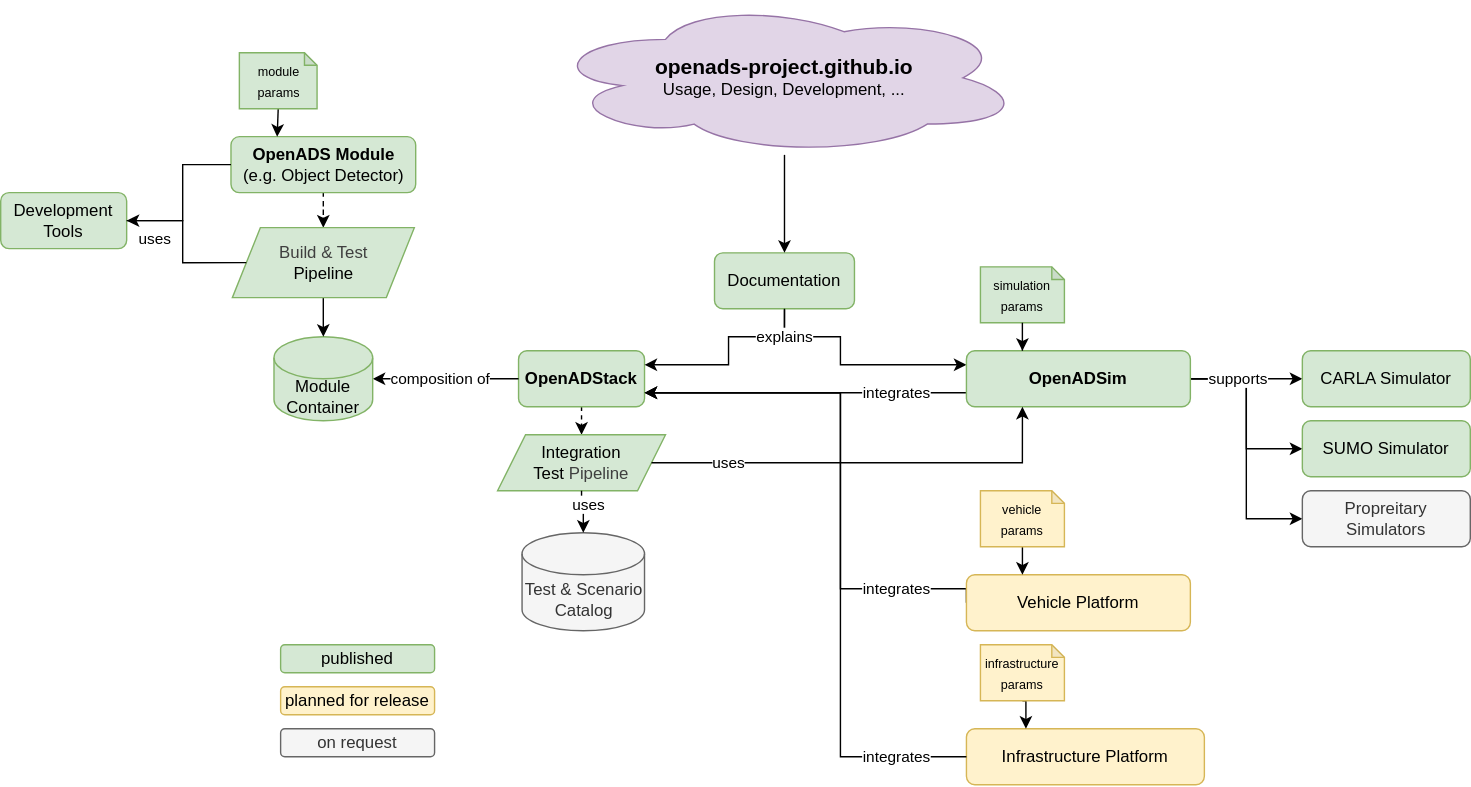
The draw.io diagram docs/design/architecture.drawio.svg in openads-project/openads-project.github.io, before a commit. Source tidied: cells renumbered, new cells last; positions are measured from the earlier drawing's top-left corner, leaving out a move shared by most shapes.
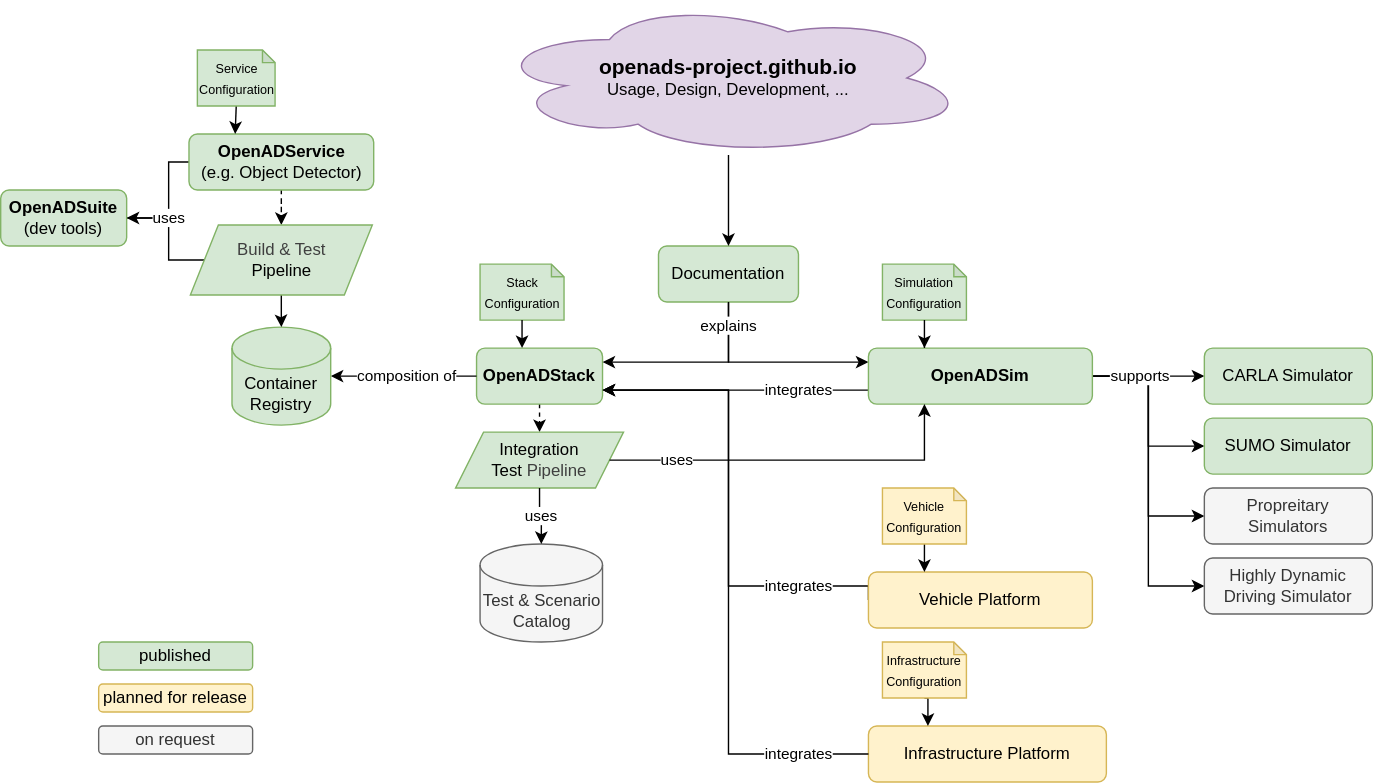
Above is the later version.

Diff of the diagram source:
```diff
@@ -2,6 +2,25 @@
   <root>
     <mxCell id="0" />
     <mxCell id="1" parent="0" />
+    <mxCell id="44" style="edgeStyle=orthogonalEdgeStyle;rounded=0;jettySize=auto;html=1;entryX=0;entryY=0.5;entryDx=0;entryDy=0;exitX=1;exitY=0.5;exitDx=0;exitDy=0;endArrow=none;endFill=0;" parent="1" edge="1" source="42" target="24">
+      <mxGeometry x="0.08" relative="1" as="geometry">
+        <Array as="points">
+          <mxPoint x="190" y="157" />
+          <mxPoint x="190" y="117" />
+        </Array>
+      </mxGeometry>
+    </mxCell>
+    <mxCell id="43" value="uses" style="edgeStyle=orthogonalEdgeStyle;rounded=0;jettySize=auto;html=1;entryX=0;entryY=0.5;entryDx=0;entryDy=0;exitX=1;exitY=0.5;exitDx=0;exitDy=0;startArrow=classic;startFill=1;endArrow=none;endFill=0;" parent="1" edge="1" source="42" target="27">
+      <mxGeometry x="-0.3" relative="1" as="geometry">
+        <Array as="points">
+          <mxPoint x="190" y="157" />
+          <mxPoint x="190" y="187" />
+        </Array>
+      </mxGeometry>
+    </mxCell>
+    <mxCell id="45" style="edgeStyle=orthogonalEdgeStyle;rounded=0;jettySize=auto;html=1;exitX=1;exitY=0.5;exitDx=0;exitDy=0;entryX=0;entryY=0.5;entryDx=0;entryDy=0;" parent="1" edge="1" source="18" target="48">
+      <mxGeometry x="-0.14" relative="1" as="geometry" />
+    </mxCell>
     <mxCell id="2" style="edgeStyle=orthogonalEdgeStyle;rounded=0;jettySize=auto;html=1;exitX=1;exitY=0.5;exitDx=0;exitDy=0;entryX=0;entryY=0.5;entryDx=0;entryDy=0;" parent="1" edge="1" source="18" target="39">
       <mxGeometry x="-0.14" relative="1" as="geometry" />
     </mxCell>
@@ -12,58 +31,54 @@
       <mxGeometry relative="1" as="geometry" />
     </mxCell>
     <mxCell id="5" value="OpenADStack" style="rounded=1;whiteSpace=wrap;html=1;fillColor=#d5e8d4;strokeColor=#82b366;fontStyle=1;" parent="1" vertex="1">
-      <mxGeometry x="370" y="250" width="90" height="40" as="geometry" />
+      <mxGeometry x="410" y="250" width="90" height="40" as="geometry" />
     </mxCell>
     <mxCell id="6" style="edgeStyle=orthogonalEdgeStyle;rounded=0;jettySize=auto;html=1;entryX=1;entryY=0.25;entryDx=0;entryDy=0;exitX=0.5;exitY=1;exitDx=0;exitDy=0;" parent="1" edge="1" source="7" target="5">
       <mxGeometry relative="1" as="geometry">
         <Array as="points">
-          <mxPoint x="560" y="240" />
-          <mxPoint x="520" y="240" />
-          <mxPoint x="520" y="260" />
+          <mxPoint x="590" y="260" />
         </Array>
       </mxGeometry>
     </mxCell>
     <mxCell id="7" value="Documentation" style="rounded=1;whiteSpace=wrap;html=1;fillColor=#d5e8d4;strokeColor=#82b366;" parent="1" vertex="1">
-      <mxGeometry x="510" y="180" width="100" height="40" as="geometry" />
+      <mxGeometry x="540" y="177" width="100" height="40" as="geometry" />
     </mxCell>
     <mxCell id="8" value="&lt;div&gt;Integration&lt;/div&gt;&lt;div&gt;Test&amp;nbsp;&lt;span style=&quot;color: rgb(63, 63, 63); background-color: transparent;&quot;&gt;Pipeline&lt;/span&gt;&lt;/div&gt;" style="shape=parallelogram;perimeter=parallelogramPerimeter;whiteSpace=wrap;html=1;fixedSize=1;fillColor=#d5e8d4;strokeColor=#82b366;" parent="1" vertex="1">
-      <mxGeometry x="355" y="310" width="120" height="40" as="geometry" />
+      <mxGeometry x="395" y="310" width="120" height="40" as="geometry" />
     </mxCell>
     <mxCell id="9" style="edgeStyle=orthogonalEdgeStyle;rounded=0;jettySize=auto;html=1;entryX=0.5;entryY=0;entryDx=0;entryDy=0;" parent="1" edge="1" source="10" target="7">
       <mxGeometry relative="1" as="geometry" />
     </mxCell>
     <mxCell id="10" value="&lt;div&gt;&lt;span style=&quot;font-size: 15px;&quot;&gt;&lt;b&gt;openads-project.github.io&lt;/b&gt;&lt;/span&gt;&lt;/div&gt;Usage, Design, Development, ..." style="ellipse;shape=cloud;whiteSpace=wrap;html=1;fillColor=#e1d5e7;strokeColor=#9673a6;" parent="1" vertex="1">
-      <mxGeometry x="390" width="340" height="110" as="geometry" />
+      <mxGeometry x="420" y="2" width="340" height="110" as="geometry" />
     </mxCell>
     <mxCell id="11" value="published" style="rounded=1;whiteSpace=wrap;html=1;fillColor=#d5e8d4;strokeColor=#82b366;" parent="1" vertex="1">
-      <mxGeometry x="200" y="460" width="110" height="20" as="geometry" />
+      <mxGeometry x="140" y="460" width="110" height="20" as="geometry" />
     </mxCell>
     <mxCell id="12" value="planned for release" style="rounded=1;whiteSpace=wrap;html=1;fillColor=#fff2cc;strokeColor=#d6b656;" parent="1" vertex="1">
-      <mxGeometry x="200" y="490" width="110" height="20" as="geometry" />
+      <mxGeometry x="140" y="490" width="110" height="20" as="geometry" />
     </mxCell>
     <mxCell id="13" value="integrates" style="edgeStyle=orthogonalEdgeStyle;rounded=0;jettySize=auto;html=1;entryX=1;entryY=0.75;entryDx=0;entryDy=0;exitX=0;exitY=0.75;exitDx=0;exitDy=0;" parent="1" edge="1" source="18" target="5">
-      <mxGeometry x="-0.57" relative="1" as="geometry" />
+      <mxGeometry x="-0.47" relative="1" as="geometry" />
     </mxCell>
     <mxCell id="14" value="explains" style="edgeStyle=orthogonalEdgeStyle;rounded=0;jettySize=auto;html=1;entryX=0;entryY=0.25;entryDx=0;entryDy=0;exitX=0.5;exitY=1;exitDx=0;exitDy=0;" parent="1" edge="1" source="7" target="18">
       <mxGeometry x="-0.76" relative="1" as="geometry">
         <Array as="points">
-          <mxPoint x="560" y="240" />
-          <mxPoint x="600" y="240" />
-          <mxPoint x="600" y="260" />
+          <mxPoint x="590" y="260" />
         </Array>
       </mxGeometry>
     </mxCell>
     <mxCell id="15" value="integrates" style="edgeStyle=orthogonalEdgeStyle;rounded=0;jettySize=auto;html=1;entryX=1;entryY=0.75;entryDx=0;entryDy=0;exitX=0;exitY=0.5;exitDx=0;exitDy=0;" parent="1" edge="1" source="28" target="5">
-      <mxGeometry x="-0.68" relative="1" as="geometry">
+      <mxGeometry x="-0.65" relative="1" as="geometry">
         <Array as="points">
           <mxPoint x="690" y="420" />
-          <mxPoint x="600" y="420" />
-          <mxPoint x="600" y="280" />
+          <mxPoint x="590" y="420" />
+          <mxPoint x="590" y="280" />
         </Array>
       </mxGeometry>
     </mxCell>
     <mxCell id="16" value="&lt;div&gt;Test &amp;amp; Scenario Catalog&lt;/div&gt;" style="shape=cylinder3;whiteSpace=wrap;html=1;boundedLbl=1;backgroundOutline=1;size=15;fillColor=#f5f5f5;strokeColor=#666666;fontColor=#333333;" parent="1" vertex="1">
-      <mxGeometry x="372.5" y="380" width="87.5" height="70" as="geometry" />
+      <mxGeometry x="412.5" y="390" width="87.5" height="70" as="geometry" />
     </mxCell>
     <mxCell id="17" value="supports" style="edgeStyle=orthogonalEdgeStyle;rounded=0;jettySize=auto;html=1;exitX=1;exitY=0.5;exitDx=0;exitDy=0;entryX=0;entryY=0.5;entryDx=0;entryDy=0;" parent="1" edge="1" source="18" target="21">
       <mxGeometry x="-0.14" relative="1" as="geometry" />
@@ -71,7 +86,7 @@
     <mxCell id="18" value="OpenADSim" style="rounded=1;whiteSpace=wrap;html=1;fillColor=#d5e8d4;strokeColor=#82b366;fontStyle=1;" parent="1" vertex="1">
       <mxGeometry x="690" y="250" width="160" height="40" as="geometry" />
     </mxCell>
-    <mxCell id="19" value="&lt;font style=&quot;font-size: 9px;&quot;&gt;simulation params&lt;/font&gt;" style="shape=note;whiteSpace=wrap;html=1;backgroundOutline=1;darkOpacity=0.05;size=9;fillColor=#d5e8d4;strokeColor=#82b366;" parent="1" vertex="1">
+    <mxCell id="19" value="&lt;font style=&quot;font-size: 9px;&quot;&gt;Simulation Configuration&lt;/font&gt;" style="shape=note;whiteSpace=wrap;html=1;backgroundOutline=1;darkOpacity=0.05;size=9;fillColor=#d5e8d4;strokeColor=#82b366;" parent="1" vertex="1">
       <mxGeometry x="700" y="190" width="60" height="40" as="geometry" />
     </mxCell>
     <mxCell id="20" style="edgeStyle=orthogonalEdgeStyle;rounded=0;jettySize=auto;html=1;entryX=0.25;entryY=0;entryDx=0;entryDy=0;" parent="1" edge="1" source="19" target="18">
@@ -81,22 +96,22 @@
       <mxGeometry x="930" y="250" width="120" height="40" as="geometry" />
     </mxCell>
     <mxCell id="22" value="composition of" style="edgeStyle=orthogonalEdgeStyle;rounded=0;jettySize=auto;html=1;entryX=1;entryY=0.5;entryDx=0;entryDy=0;entryPerimeter=0;exitX=0;exitY=0.5;exitDx=0;exitDy=0;" parent="1" edge="1" source="5" target="25">
-      <mxGeometry x="0.08" relative="1" as="geometry" />
+      <mxGeometry x="-0.04" relative="1" as="geometry" />
     </mxCell>
     <mxCell id="23" style="edgeStyle=orthogonalEdgeStyle;rounded=0;jettySize=auto;html=1;dashed=1;" parent="1" edge="1" source="24" target="27">
       <mxGeometry relative="1" as="geometry" />
     </mxCell>
-    <mxCell id="24" value="&lt;div&gt;&lt;b&gt;OpenADS Module&lt;/b&gt;&lt;/div&gt;(e.g. Object Detector)" style="rounded=1;whiteSpace=wrap;html=1;fillColor=#d5e8d4;strokeColor=#82b366;" parent="1" vertex="1">
-      <mxGeometry x="164.5" y="97" width="132" height="40" as="geometry" />
+    <mxCell id="24" value="&lt;div&gt;&lt;b&gt;&lt;font style=&quot;color: rgb(0, 0, 0);&quot;&gt;OpenADService&lt;/font&gt;&lt;/b&gt;&lt;/div&gt;&lt;font style=&quot;color: rgb(0, 0, 0);&quot;&gt;(e.g. Object Detector)&lt;/font&gt;" style="rounded=1;whiteSpace=wrap;html=1;fillColor=#d5e8d4;strokeColor=#82b366;" parent="1" vertex="1">
+      <mxGeometry x="204.5" y="97" width="132" height="40" as="geometry" />
     </mxCell>
-    <mxCell id="25" value="Module Container" style="shape=cylinder3;whiteSpace=wrap;html=1;boundedLbl=1;backgroundOutline=1;size=15;fillColor=#d5e8d4;strokeColor=#82b366;" parent="1" vertex="1">
-      <mxGeometry x="195.3" y="240" width="70.5" height="60" as="geometry" />
+    <mxCell id="25" value="Container Registry" style="shape=cylinder3;whiteSpace=wrap;html=1;boundedLbl=1;backgroundOutline=1;size=15;fillColor=#d5e8d4;strokeColor=#82b366;" parent="1" vertex="1">
+      <mxGeometry x="235.3" y="235" width="70.5" height="70" as="geometry" />
     </mxCell>
     <mxCell id="26" style="edgeStyle=orthogonalEdgeStyle;rounded=0;jettySize=auto;html=1;" parent="1" edge="1" source="27" target="25">
       <mxGeometry relative="1" as="geometry" />
     </mxCell>
     <mxCell id="27" value="&lt;div&gt;&lt;span style=&quot;color: rgb(63, 63, 63); background-color: transparent;&quot;&gt;Build &amp;amp; Test&lt;/span&gt;&lt;/div&gt;&lt;div&gt;Pipeline&lt;/div&gt;" style="shape=parallelogram;perimeter=parallelogramPerimeter;whiteSpace=wrap;html=1;fixedSize=1;fillColor=#d5e8d4;strokeColor=#82b366;" parent="1" vertex="1">
-      <mxGeometry x="165.5" y="162" width="130" height="50" as="geometry" />
+      <mxGeometry x="205.5" y="162" width="130" height="50" as="geometry" />
     </mxCell>
     <mxCell id="28" value="Vehicle Platform" style="rounded=1;whiteSpace=wrap;html=1;fillColor=#fff2cc;strokeColor=#d6b656;" parent="1" vertex="1">
       <mxGeometry x="690" y="410" width="160" height="40" as="geometry" />
@@ -104,7 +119,7 @@
     <mxCell id="29" style="edgeStyle=orthogonalEdgeStyle;rounded=0;jettySize=auto;html=1;entryX=0.25;entryY=0;entryDx=0;entryDy=0;exitX=0.5;exitY=1;exitDx=0;exitDy=0;exitPerimeter=0;" parent="1" edge="1" source="30" target="28">
       <mxGeometry relative="1" as="geometry" />
     </mxCell>
-    <mxCell id="30" value="&lt;font style=&quot;font-size: 9px;&quot;&gt;vehicle params&lt;/font&gt;" style="shape=note;whiteSpace=wrap;html=1;backgroundOutline=1;darkOpacity=0.05;size=9;fillColor=#fff2cc;strokeColor=#d6b656;" parent="1" vertex="1">
+    <mxCell id="30" value="&lt;font style=&quot;font-size: 9px;&quot;&gt;Vehicle Configuration&lt;/font&gt;" style="shape=note;whiteSpace=wrap;html=1;backgroundOutline=1;darkOpacity=0.05;size=9;fillColor=#fff2cc;strokeColor=#d6b656;" parent="1" vertex="1">
       <mxGeometry x="700" y="350" width="60" height="40" as="geometry" />
     </mxCell>
     <mxCell id="31" value="Infrastructure Platform" style="rounded=1;whiteSpace=wrap;html=1;fillColor=#fff2cc;strokeColor=#d6b656;" parent="1" vertex="1">
@@ -113,14 +128,14 @@
     <mxCell id="32" style="edgeStyle=orthogonalEdgeStyle;rounded=0;jettySize=auto;html=1;entryX=0.25;entryY=0;entryDx=0;entryDy=0;exitX=0.5;exitY=1;exitDx=0;exitDy=0;exitPerimeter=0;" parent="1" edge="1" source="33" target="31">
       <mxGeometry relative="1" as="geometry" />
     </mxCell>
-    <mxCell id="33" value="&lt;font style=&quot;font-size: 9px;&quot;&gt;infrastructure params&lt;/font&gt;" style="shape=note;whiteSpace=wrap;html=1;backgroundOutline=1;darkOpacity=0.05;size=9;fillColor=#fff2cc;strokeColor=#d6b656;" parent="1" vertex="1">
+    <mxCell id="33" value="&lt;font style=&quot;font-size: 9px;&quot;&gt;Infrastructure Configuration&lt;/font&gt;" style="shape=note;whiteSpace=wrap;html=1;backgroundOutline=1;darkOpacity=0.05;size=9;fillColor=#fff2cc;strokeColor=#d6b656;" parent="1" vertex="1">
       <mxGeometry x="700" y="460" width="60" height="40" as="geometry" />
     </mxCell>
     <mxCell id="34" value="integrates" style="edgeStyle=orthogonalEdgeStyle;rounded=0;jettySize=auto;html=1;entryX=1;entryY=0.75;entryDx=0;entryDy=0;exitX=0;exitY=0.5;exitDx=0;exitDy=0;" parent="1" edge="1" source="31" target="5">
-      <mxGeometry x="-0.8" relative="1" as="geometry">
+      <mxGeometry x="-0.78" relative="1" as="geometry">
         <Array as="points">
-          <mxPoint x="600" y="540" />
-          <mxPoint x="600" y="280" />
+          <mxPoint x="590" y="540" />
+          <mxPoint x="590" y="280" />
         </Array>
       </mxGeometry>
     </mxCell>
@@ -130,8 +145,8 @@
     <mxCell id="36" style="edgeStyle=orthogonalEdgeStyle;rounded=0;jettySize=auto;html=1;exitX=0.5;exitY=1;exitDx=0;exitDy=0;exitPerimeter=0;entryX=0.25;entryY=0;entryDx=0;entryDy=0;" parent="1" edge="1" source="37" target="24">
       <mxGeometry relative="1" as="geometry" />
     </mxCell>
-    <mxCell id="37" value="&lt;font style=&quot;font-size: 9px;&quot;&gt;module params&lt;/font&gt;" style="shape=note;whiteSpace=wrap;html=1;backgroundOutline=1;darkOpacity=0.05;size=9;fillColor=#d5e8d4;strokeColor=#82b366;" parent="1" vertex="1">
-      <mxGeometry x="170.5" y="37" width="55.5" height="40" as="geometry" />
+    <mxCell id="37" value="&lt;font style=&quot;font-size: 9px;&quot;&gt;Service Configuration&lt;/font&gt;" style="shape=note;whiteSpace=wrap;html=1;backgroundOutline=1;darkOpacity=0.05;size=9;fillColor=#d5e8d4;strokeColor=#82b366;" parent="1" vertex="1">
+      <mxGeometry x="210.5" y="37" width="55.5" height="40" as="geometry" />
     </mxCell>
     <mxCell id="38" value="SUMO Simulator" style="rounded=1;whiteSpace=wrap;html=1;fillColor=#d5e8d4;strokeColor=#82b366;" parent="1" vertex="1">
       <mxGeometry x="930" y="300" width="120" height="40" as="geometry" />
@@ -140,29 +155,24 @@
       <mxGeometry x="930" y="350" width="120" height="40" as="geometry" />
     </mxCell>
     <mxCell id="40" value="on request" style="rounded=1;whiteSpace=wrap;html=1;fillColor=#f5f5f5;strokeColor=#666666;fontColor=#333333;" parent="1" vertex="1">
-      <mxGeometry x="200" y="520" width="110" height="20" as="geometry" />
+      <mxGeometry x="140" y="520" width="110" height="20" as="geometry" />
     </mxCell>
     <mxCell id="41" value="uses" style="edgeStyle=orthogonalEdgeStyle;html=1;entryX=0.5;entryY=0;entryDx=0;entryDy=0;rounded=0;curved=0;exitX=0.5;exitY=1;exitDx=0;exitDy=0;entryPerimeter=0;" parent="1" edge="1" source="8" target="16">
-      <mxGeometry x="-0.33" y="5" relative="1" as="geometry" />
+      <mxGeometry x="0.03" relative="1" as="geometry" />
     </mxCell>
-    <mxCell id="42" value="&lt;span style=&quot;font-weight: normal;&quot;&gt;Development Tools&lt;/span&gt;" style="rounded=1;whiteSpace=wrap;html=1;fillColor=#d5e8d4;strokeColor=#82b366;fontStyle=1;" parent="1" vertex="1">
-      <mxGeometry y="137" width="90" height="40" as="geometry" />
+    <mxCell id="42" value="OpenADSuite&lt;div&gt;&lt;span style=&quot;font-weight: normal;&quot;&gt;(dev tools)&lt;/span&gt;&lt;/div&gt;" style="rounded=1;whiteSpace=wrap;html=1;fillColor=#d5e8d4;strokeColor=#82b366;fontStyle=1;" parent="1" vertex="1">
+      <mxGeometry x="70" y="137" width="90" height="40" as="geometry" />
     </mxCell>
-    <mxCell id="43" value="uses" style="edgeStyle=orthogonalEdgeStyle;rounded=0;jettySize=auto;html=1;entryX=0;entryY=0.5;entryDx=0;entryDy=0;exitX=1;exitY=0.5;exitDx=0;exitDy=0;startArrow=classic;startFill=1;endArrow=none;endFill=0;" parent="1" edge="1" source="42" target="27">
-      <mxGeometry x="-0.65" y="-13" relative="1" as="geometry">
-        <Array as="points">
-          <mxPoint x="130" y="157" />
-          <mxPoint x="130" y="187" />
-        </Array>
-      </mxGeometry>
-    </mxCell>
-    <mxCell id="44" style="edgeStyle=orthogonalEdgeStyle;rounded=0;jettySize=auto;html=1;entryX=0;entryY=0.5;entryDx=0;entryDy=0;exitX=1;exitY=0.5;exitDx=0;exitDy=0;endArrow=none;endFill=0;" parent="1" edge="1" source="42" target="24">
-      <mxGeometry x="0.08" relative="1" as="geometry">
-        <Array as="points">
-          <mxPoint x="130" y="157" />
-          <mxPoint x="130" y="117" />
-        </Array>
-      </mxGeometry>
-    </mxCell>
+    <mxCell id="46" value="&lt;font style=&quot;font-size: 9px;&quot;&gt;Stack Configuration&lt;/font&gt;" style="shape=note;whiteSpace=wrap;html=1;backgroundOutline=1;darkOpacity=0.05;size=9;fillColor=#d5e8d4;strokeColor=#82b366;" parent="1" vertex="1">
+      <mxGeometry x="412.5" y="190" width="60" height="40" as="geometry" />
+    </mxCell>
+    <mxCell id="47" style="edgeStyle=orthogonalEdgeStyle;rounded=0;jettySize=auto;html=1;entryX=0.25;entryY=0;entryDx=0;entryDy=0;" parent="1" edge="1" source="46">
+      <mxGeometry relative="1" as="geometry">
+        <mxPoint x="442.5" y="250" as="targetPoint" />
+      </mxGeometry>
+    </mxCell>
+    <mxCell id="48" value="Highly Dynamic Driving Simulator" style="rounded=1;whiteSpace=wrap;html=1;fillColor=#f5f5f5;strokeColor=#666666;fontColor=#333333;" parent="1" vertex="1">
+      <mxGeometry x="930" y="400" width="120" height="40" as="geometry" />
+    </mxCell>
   </root>
 </mxGraphModel>
```
